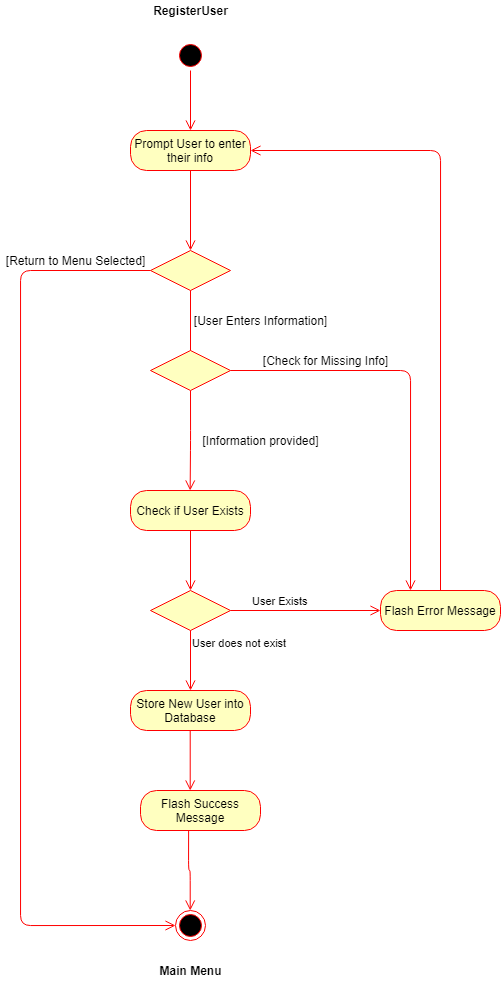
Earlier version of the draw.io export ActivityDiagrams/RegisterUserActivityDiagram.png (mklasby/ENSF_619_PROJECT). Source tidied: cells renumbered, new cells last; positions are measured from the earlier drawing's top-left corner, leaving out a move shared by most shapes.
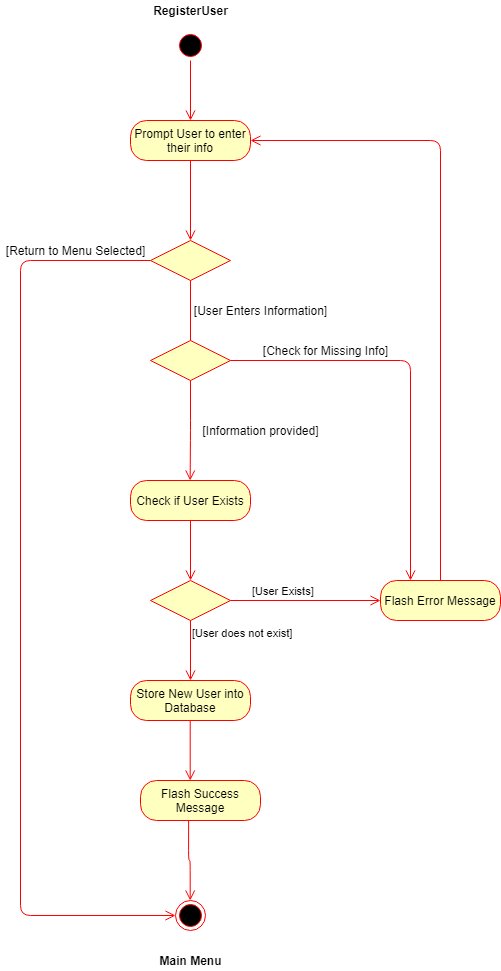
After the change.

Commit message:
Cleaned up Register User ActivityDiagram and Sequence Select Sequence Diagram

What changed in the source:
```diff
@@ -34,15 +34,15 @@
       </mxGeometry>
     </mxCell>
     <mxCell id="9" value="&lt;b&gt;RegisterUser&lt;/b&gt;" style="text;html=1;align=center;verticalAlign=middle;" parent="1" vertex="1">
-      <mxGeometry x="145" width="90" height="20" as="geometry" />
+      <mxGeometry x="145" y="10" width="90" height="20" as="geometry" />
     </mxCell>
     <mxCell id="10" style="rhombus;whiteSpace=wrap;html=1;fillColor=#ffffc0;strokeColor=#ff0000;" parent="1" vertex="1">
       <mxGeometry x="150" y="590" width="80" height="40" as="geometry" />
     </mxCell>
-    <mxCell id="11" value="User Exists" style="edgeStyle=orthogonalEdgeStyle;html=1;align=left;verticalAlign=bottom;endArrow=open;endSize=8;strokeColor=#ff0000;entryX=0;entryY=0.5;entryDx=0;entryDy=0;" parent="1" edge="1" source="10" target="16">
+    <mxCell id="11" value="[User Exists]" style="edgeStyle=orthogonalEdgeStyle;html=1;align=left;verticalAlign=bottom;endArrow=open;endSize=8;strokeColor=#ff0000;entryX=0;entryY=0.5;entryDx=0;entryDy=0;" parent="1" edge="1" source="10" target="16">
       <mxGeometry x="-0.73" relative="1" as="geometry" />
     </mxCell>
-    <mxCell id="12" value="User does not exist" style="edgeStyle=orthogonalEdgeStyle;html=1;align=left;verticalAlign=top;endArrow=open;endSize=8;strokeColor=#ff0000;" parent="1" edge="1" source="10">
+    <mxCell id="12" value="[User does not exist]" style="edgeStyle=orthogonalEdgeStyle;html=1;align=left;verticalAlign=top;endArrow=open;endSize=8;strokeColor=#ff0000;" parent="1" edge="1" source="10">
       <mxGeometry x="-1" relative="1" as="geometry">
         <mxPoint x="190" y="690" as="targetPoint" />
       </mxGeometry>
```
